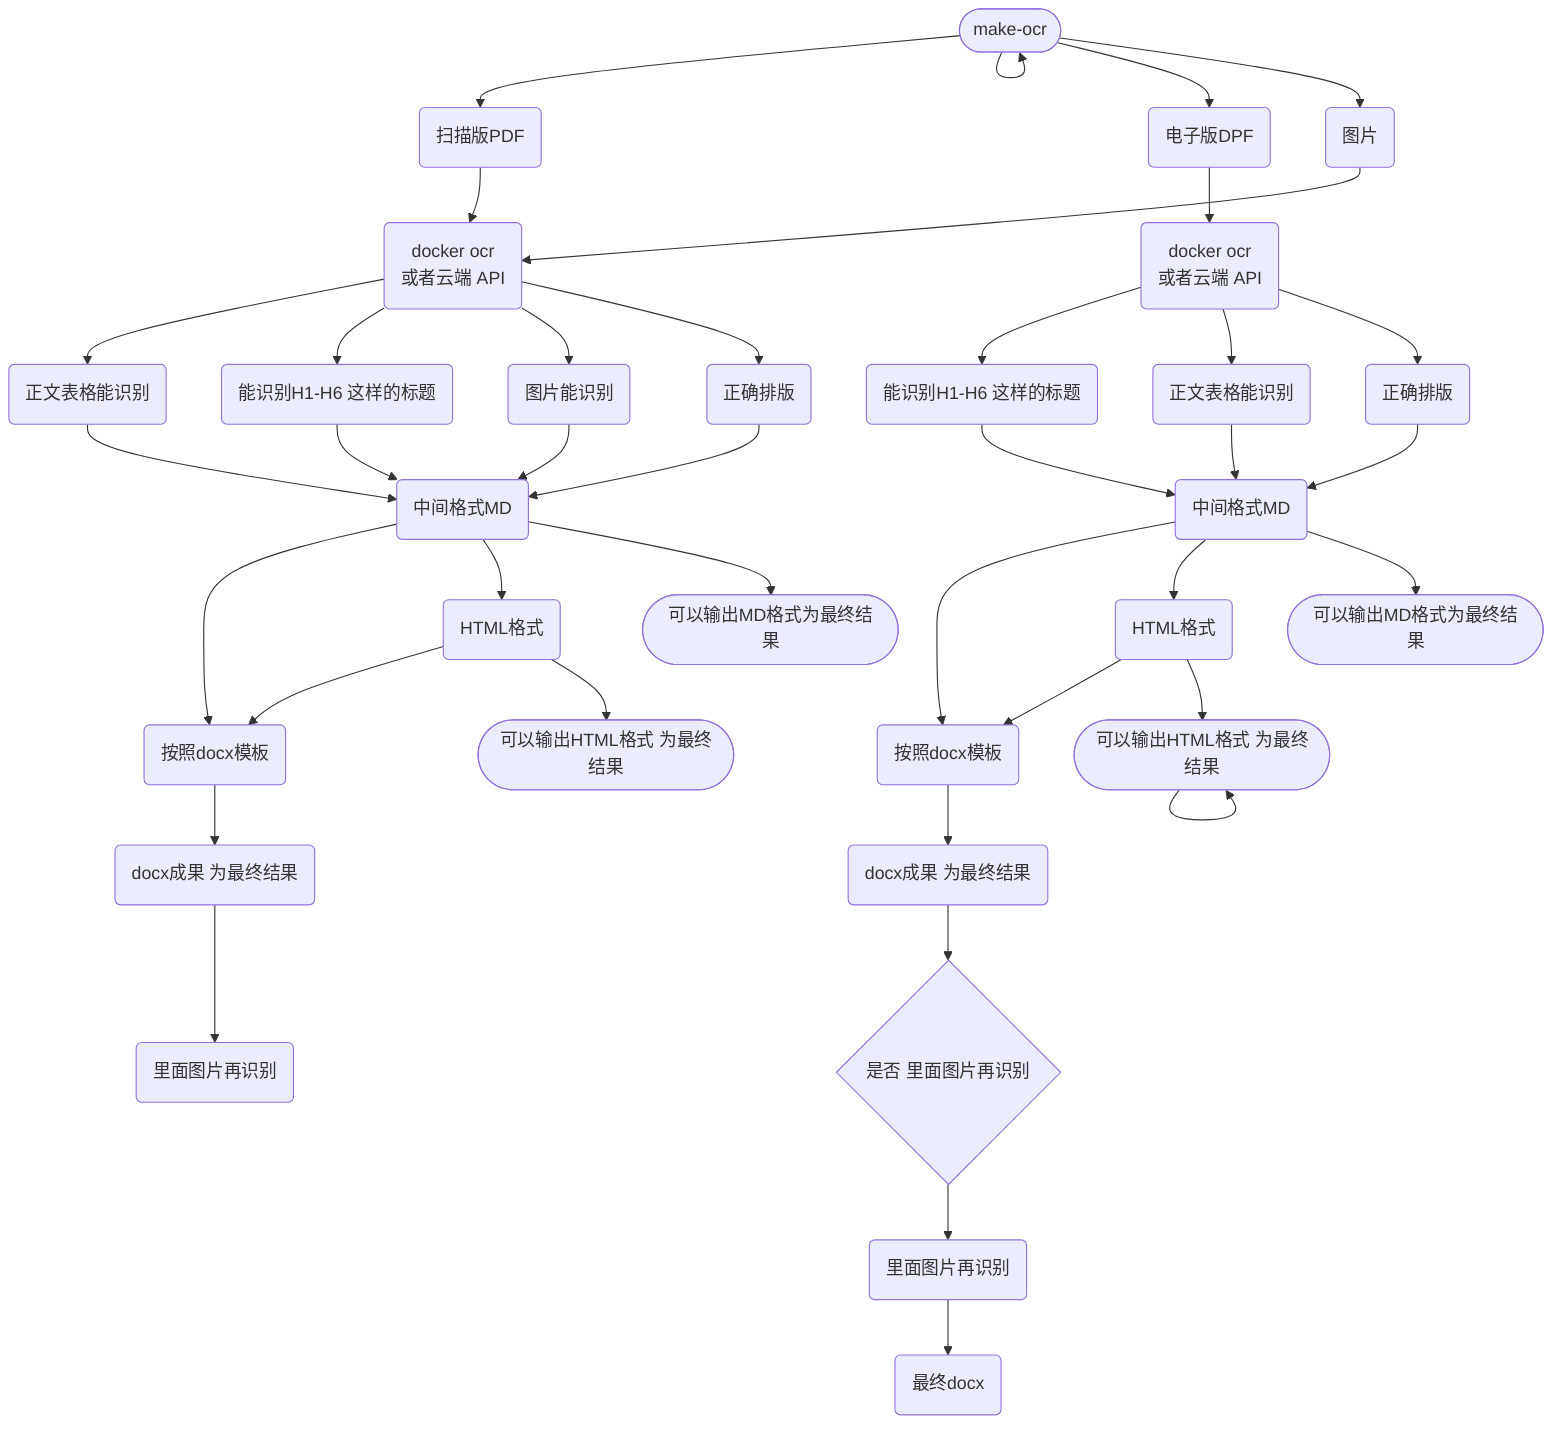
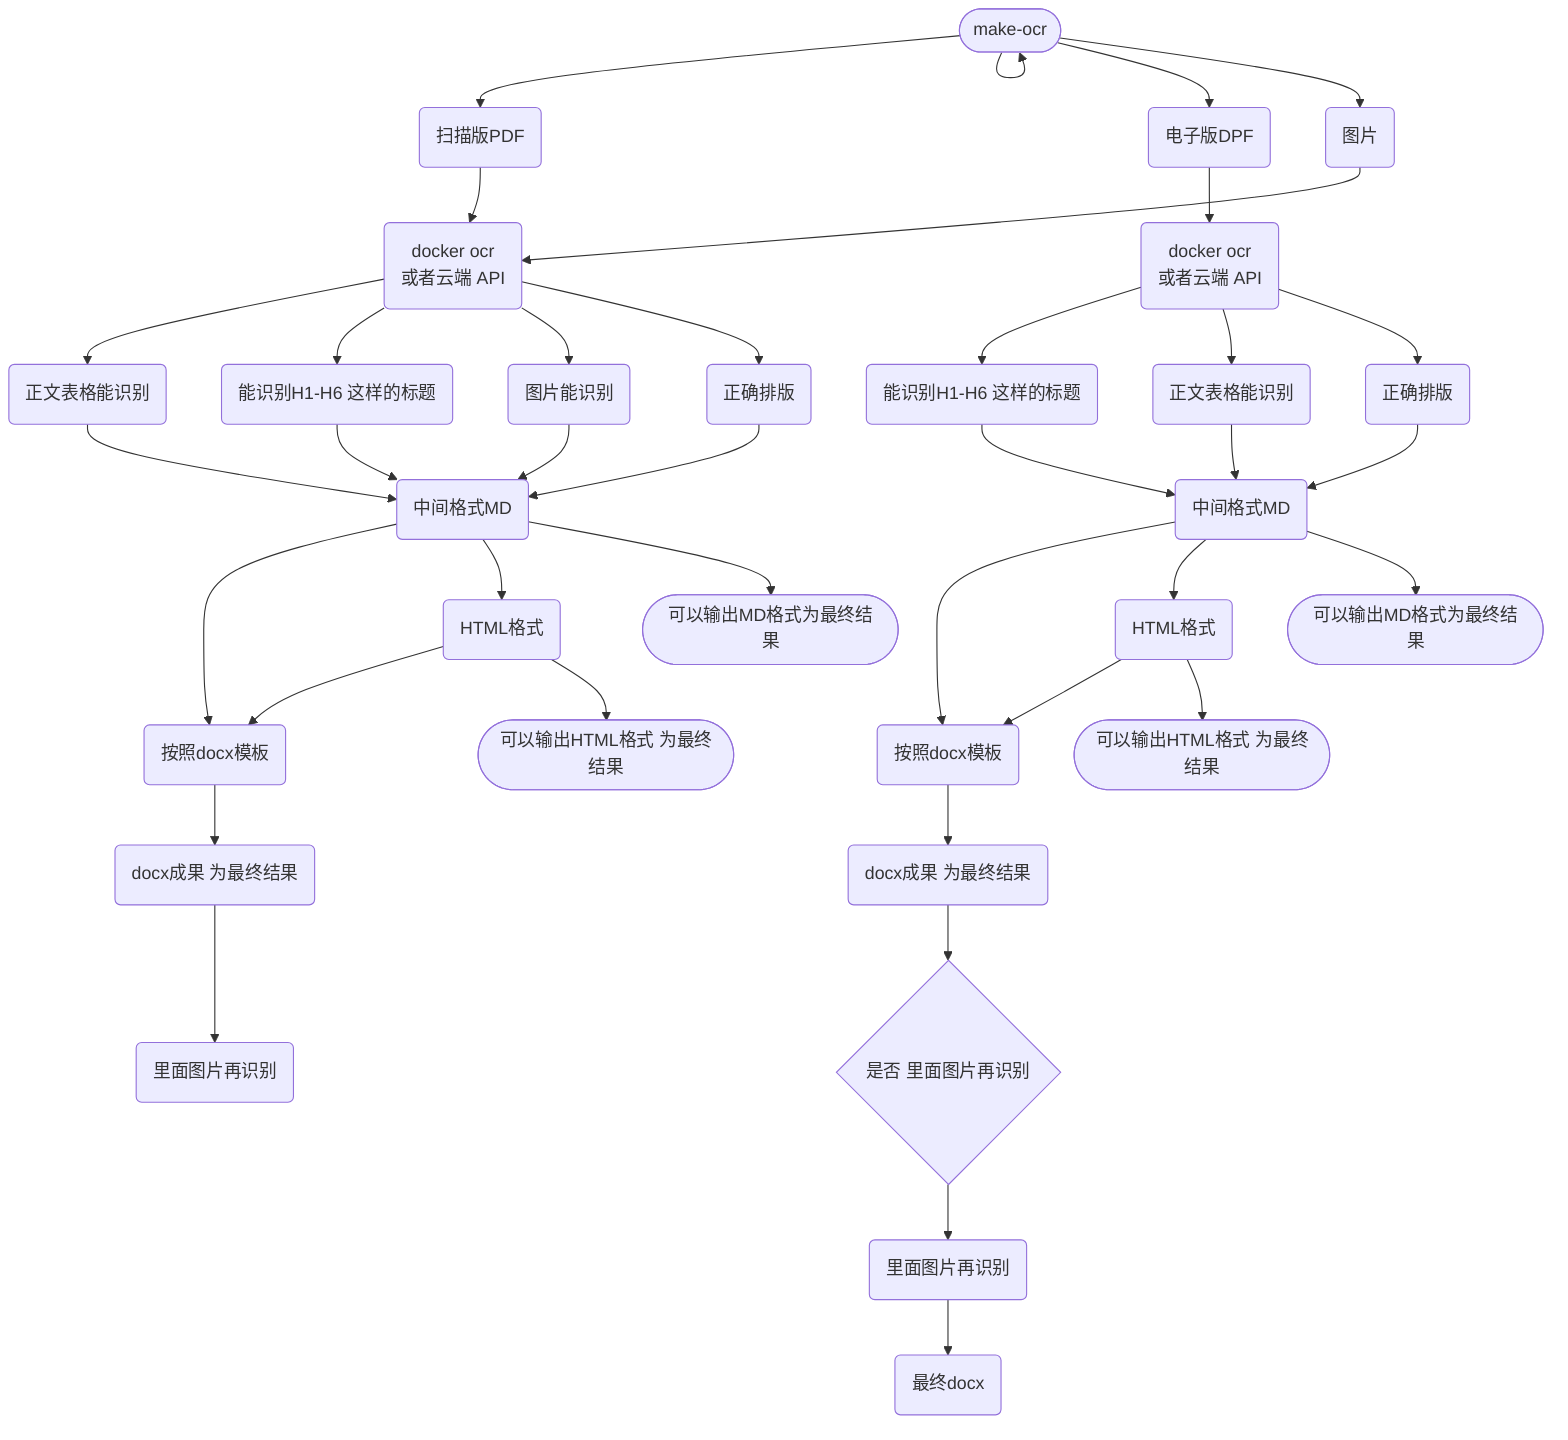
flowchart TD
  n_0(["make-ocr"])
  n_1("扫描版PDF")
  n_2("电子版DPF")
  n_3("docker ocr<br/>或者云端 API")
  n_4("图片")
  n_5("能识别H1-H6 这样的标题")
  n_6("正文表格能识别")
  n_7("图片能识别")
  n_8("按照docx模板")
  n_9("里面图片再识别")
  n_10("docx成果 为最终结果")
  n_11("中间格式MD")
  n_12("HTML格式")
  n_13("docker ocr<br/>或者云端 API")
  n_14("能识别H1-H6 这样的标题")
  n_15("正文表格能识别")
  n_16("按照docx模板")
  n_17("docx成果 为最终结果")
  n_18("中间格式MD")
  n_19("HTML格式")
  n_20("最终docx")
  n_21("里面图片再识别")
  n_22{"是否 里面图片再识别"}
  n_23("正确排版")
  n_24("正确排版")
  n_25(["可以输出MD格式为最终结果"])
  n_26(["可以输出MD格式为最终结果"])
  n_27(["可以输出HTML格式 为最终结果"])
  n_28(["可以输出HTML格式 为最终结果"])
  n_0 --> n_0
  n_0 --> n_1
  n_0 --> n_2
  n_0 --> n_4
  n_11 --> n_8
  n_11 --> n_12
  n_12 --> n_8
  n_8 --> n_10
  n_10 --> n_9
  n_18 --> n_16
  n_18 --> n_19
  n_19 --> n_16
  n_16 --> n_17
  n_4 --> n_3
  n_1 --> n_3
  n_2 --> n_13
  n_13 --> n_14
  n_13 --> n_15
  n_15 --> n_18
  n_14 --> n_18
  n_7 --> n_11
  n_6 --> n_11
  n_5 --> n_11
  n_3 --> n_6
  n_21 --> n_20
  n_17 --> n_22
  n_22 --> n_21
  n_3 --> n_5
  n_3 --> n_7
  n_3 --> n_23
  n_23 --> n_11
  n_13 --> n_24
  n_24 --> n_18
  n_11 --> n_25
  n_18 --> n_26
  n_12 --> n_27
-   n_28 --> n_28
  n_19 --> n_28
